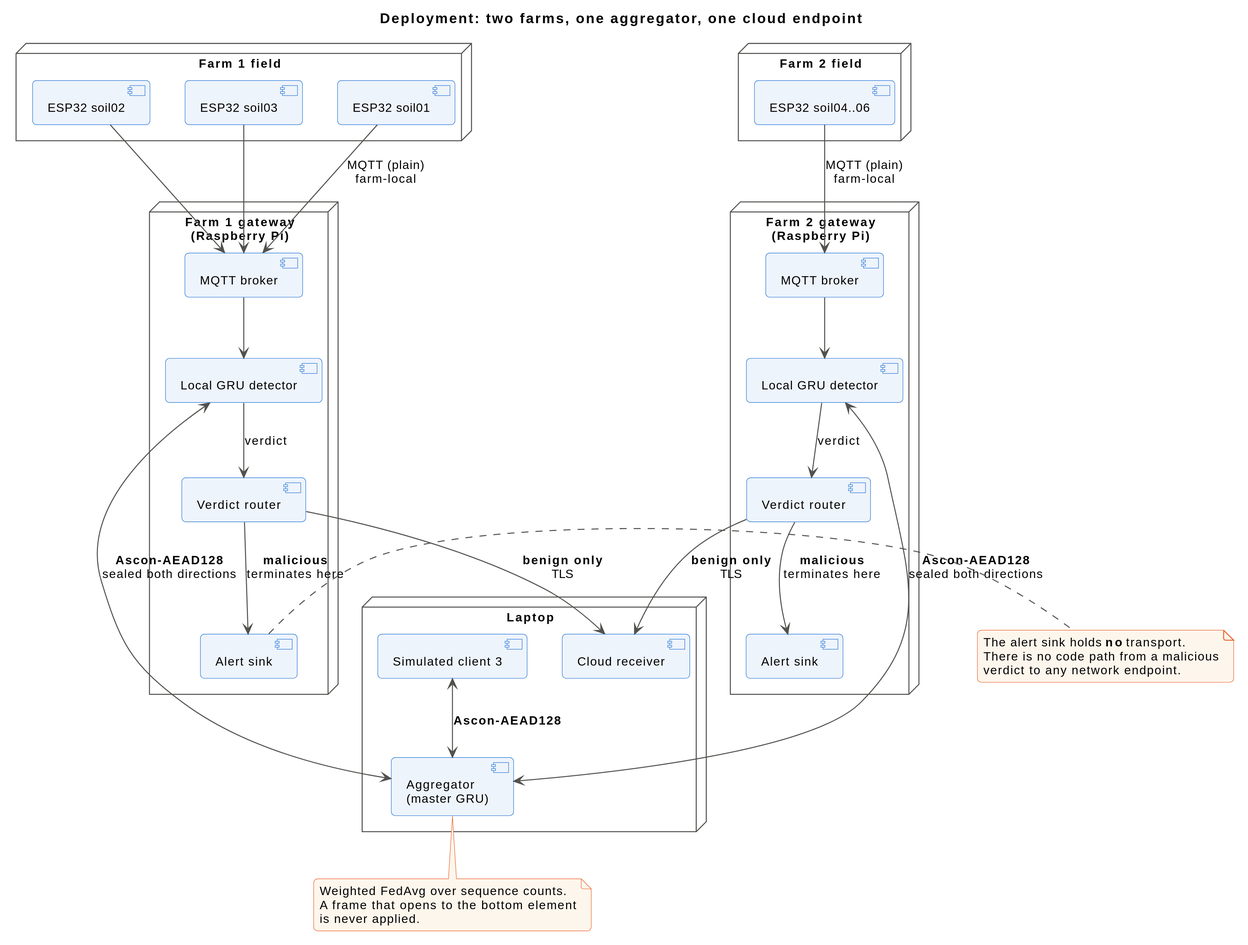
Before: paper/diagrams/01_deployment.svg, a diagram exported from PlantUML (AryanAgarwal1251/ascon_smart_agri).
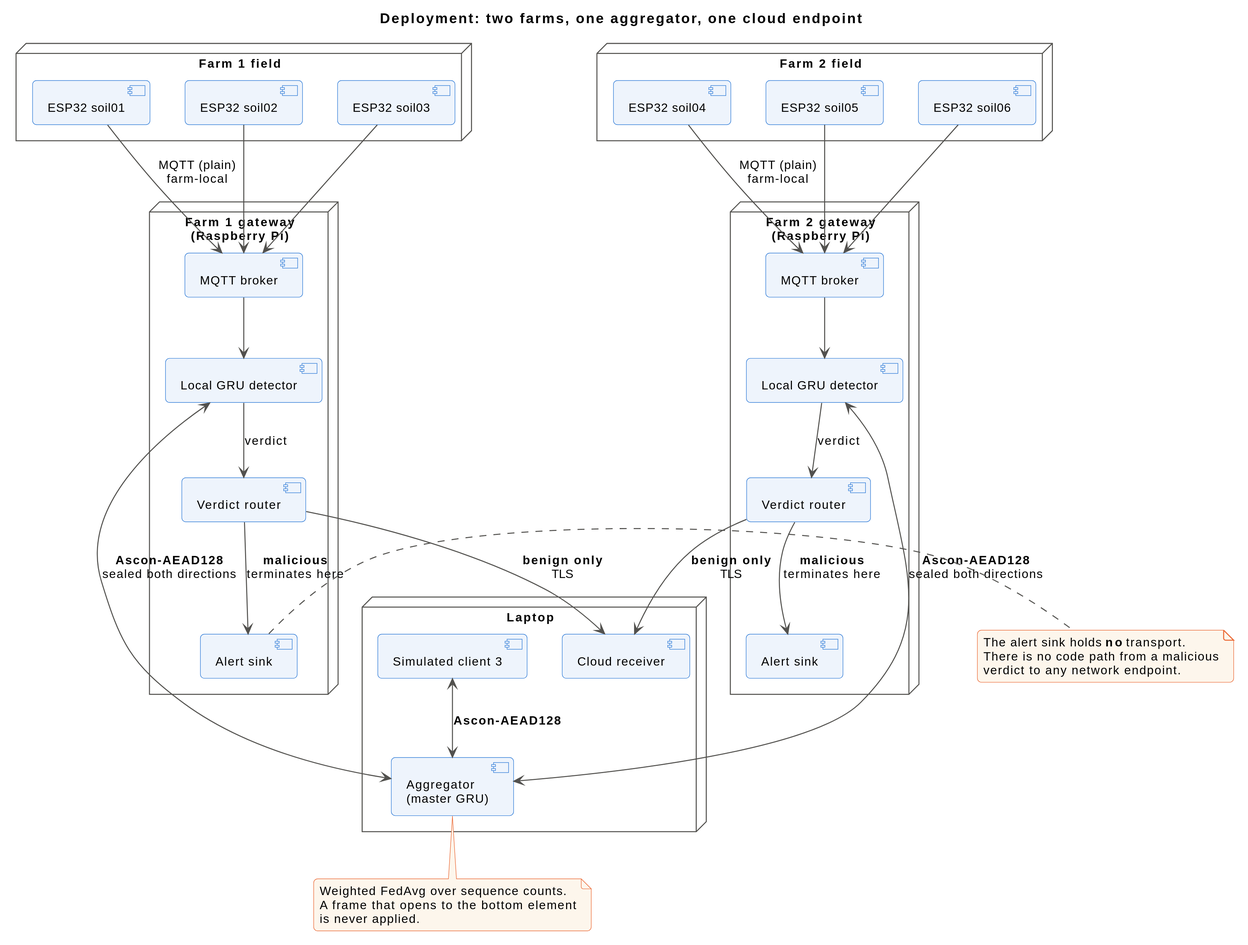
The same file after the commit.

Commit message:
Keep both architecture views, and make the deployment diagram symmetric

The edit, as a diff of the source:
```diff
@@ -38,7 +38,9 @@
 }
 
 node "Farm 2 field" as F2 {
-  component "ESP32 soil04..06" as S4
+  component "ESP32 soil04" as S4
+  component "ESP32 soil05" as S5
+  component "ESP32 soil06" as S6
 }
 
 node "Farm 2 gateway\n(Raspberry Pi)" as G2 {
@@ -58,6 +60,8 @@
 S2 --> B1
 S3 --> B1
 S4 --> B2 : MQTT (plain)\nfarm-local
+S5 --> B2
+S6 --> B2
 
 B1 --> D1
 B2 --> D2
```
